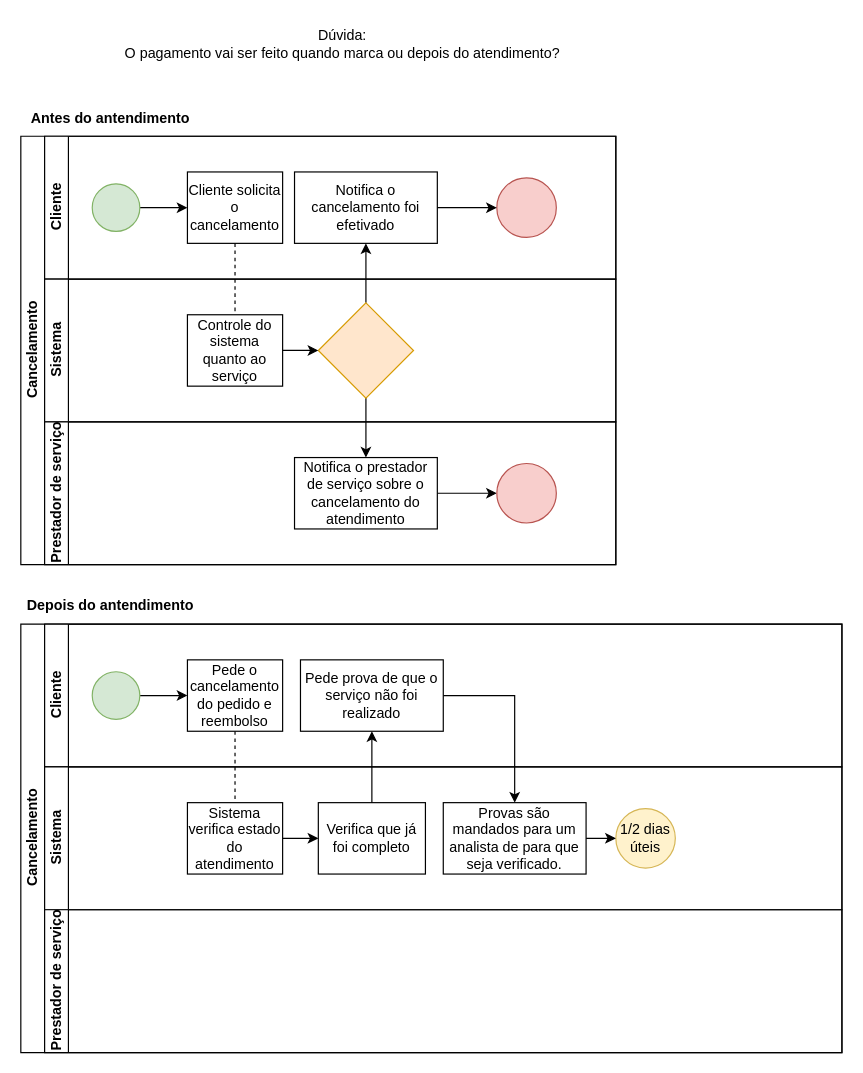
Before: Cancelamento.drawio in wholocked1/projeto_eng_software_041, a draw.io diagram. Source tidied: cells renumbered, new cells numbered last; positions are measured from the earlier drawing's top-left corner, leaving out a move shared by most shapes. Both pictures are drawn from the tidied source at 119%, with x=0, y=0 at pixel (20, 20).
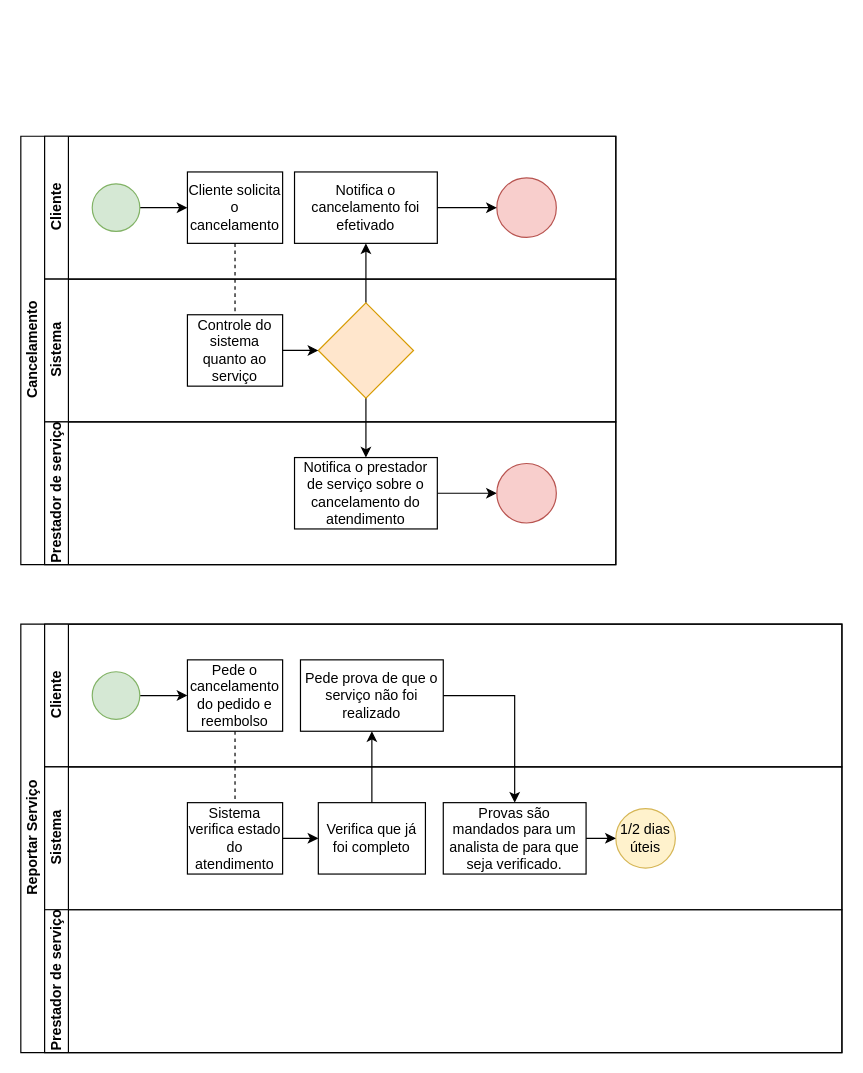
After the change.

Diff of the diagram source:
```diff
@@
-    <mxCell id="17" value="Cancelamento" style="swimlane;html=1;horizontal=0;startSize=20;" parent="1" vertex="1">
+    <mxCell id="17" value="Reportar Serviço" style="swimlane;html=1;horizontal=0;startSize=20;" parent="1" vertex="1">
       <mxGeometry y="507" width="690" height="360" as="geometry" />
     </mxCell>
@@
-    <mxCell id="34" value="Antes do antendimento" style="text;html=1;align=center;verticalAlign=middle;strokeColor=none;fillColor=none;fontStyle=1;" parent="1" vertex="1">
-      <mxGeometry y="67" width="150" height="30" as="geometry" />
-    </mxCell>
-    <mxCell id="35" value="Depois do antendimento" style="text;html=1;align=center;verticalAlign=middle;strokeColor=none;fillColor=none;fontStyle=1;" parent="1" vertex="1">
-      <mxGeometry y="477" width="150" height="30" as="geometry" />
-    </mxCell>
@@
-    <mxCell id="40" value="Dúvida:&lt;div&gt;O pagamento vai ser feito quando marca ou depois do atendimento?&lt;/div&gt;" style="text;html=1;align=center;verticalAlign=middle;strokeColor=none;fillColor=none;" parent="1" vertex="1">
-      <mxGeometry x="75" width="390" height="40" as="geometry" />
-    </mxCell>
```
